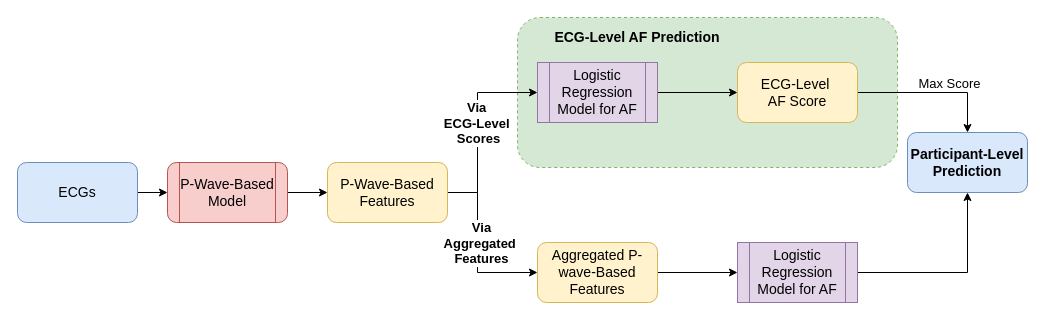
This is pt-pwave.drawio from kellydingzx/drawio, a draw.io file, before an edit. Source tidied: cells renumbered, new cells numbered last; positions are measured from the earlier drawing's top-left corner, leaving out a move shared by most shapes. Both pictures are drawn from the tidied source at 100%, with x=0, y=0 at pixel (17, 17).
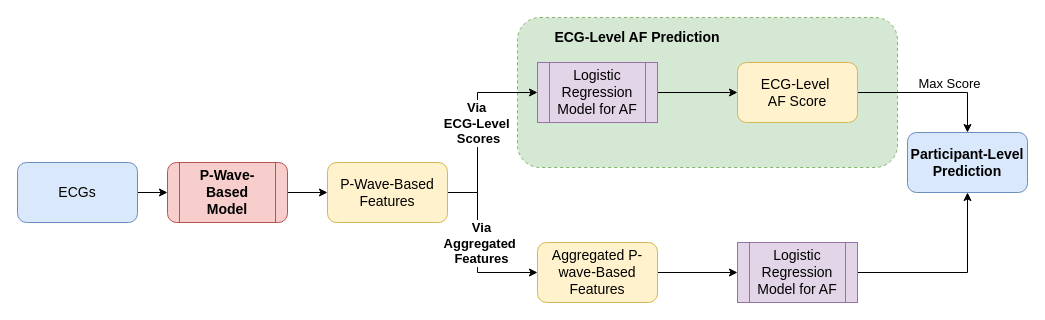
After the change.

Change to the diagram source:
```diff
@@
-    <mxCell id="6" value="P-Wave-Based&lt;div&gt;Model&lt;/div&gt;" style="shape=process;whiteSpace=wrap;html=1;backgroundOutline=1;rounded=1;fillColor=#f8cecc;strokeColor=#b85450;fontSize=14;" parent="1" vertex="1">
+    <mxCell id="6" value="P-Wave-Based&lt;div&gt;Model&lt;/div&gt;" style="shape=process;whiteSpace=wrap;html=1;backgroundOutline=1;rounded=1;fillColor=#f8cecc;strokeColor=#b85450;fontSize=14;fontStyle=1;" parent="1" vertex="1">
       <mxGeometry x="150" y="145" width="120" height="60" as="geometry" />
     </mxCell>
```
